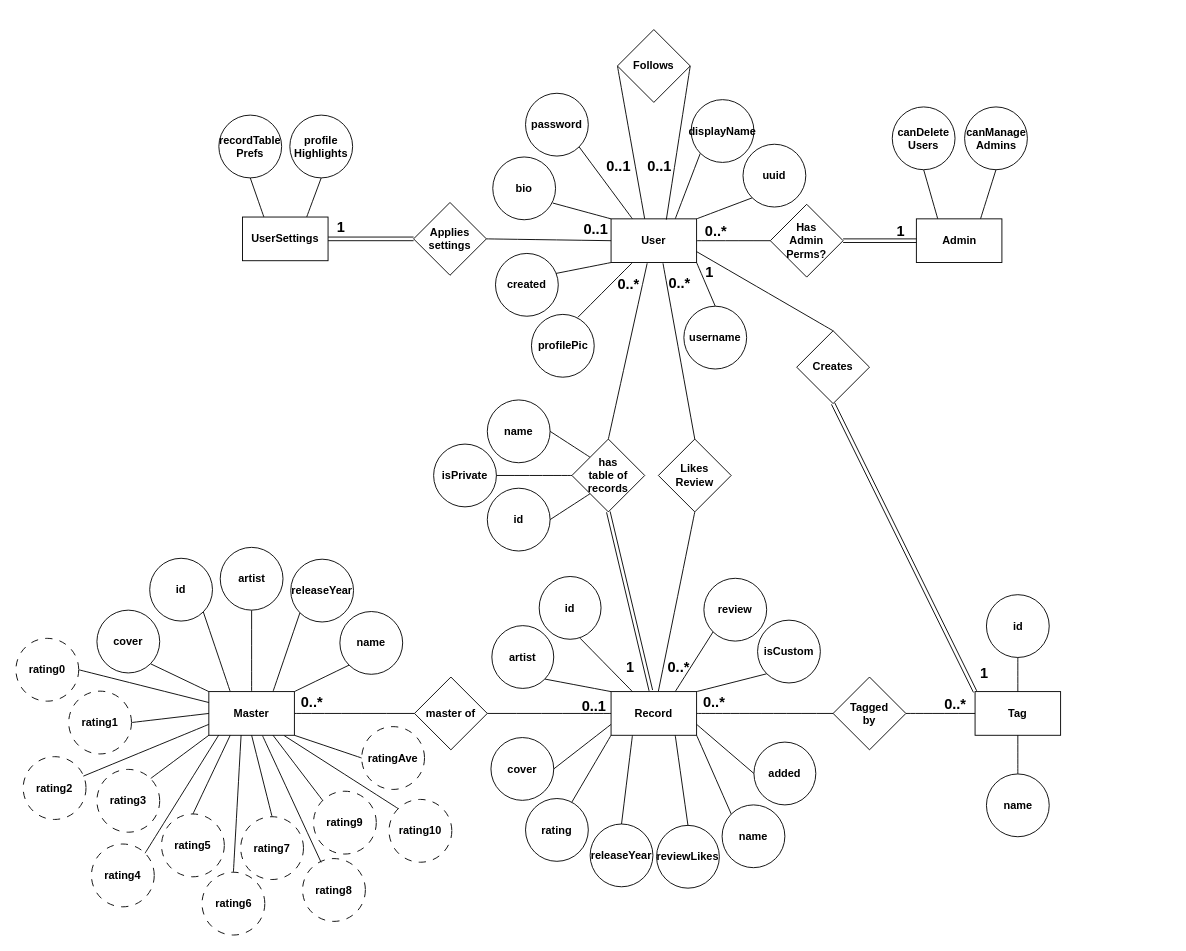
The draw.io diagram other/mrc2.drawio in colinb3/MyRecordCollection2, before the edit. Source tidied: cells renumbered, new cells numbered last; positions are measured from the earlier drawing's top-left corner, leaving out a move shared by most shapes. Both pictures are drawn from the tidied source at 91%, with x=0, y=0 at pixel (15, 29).
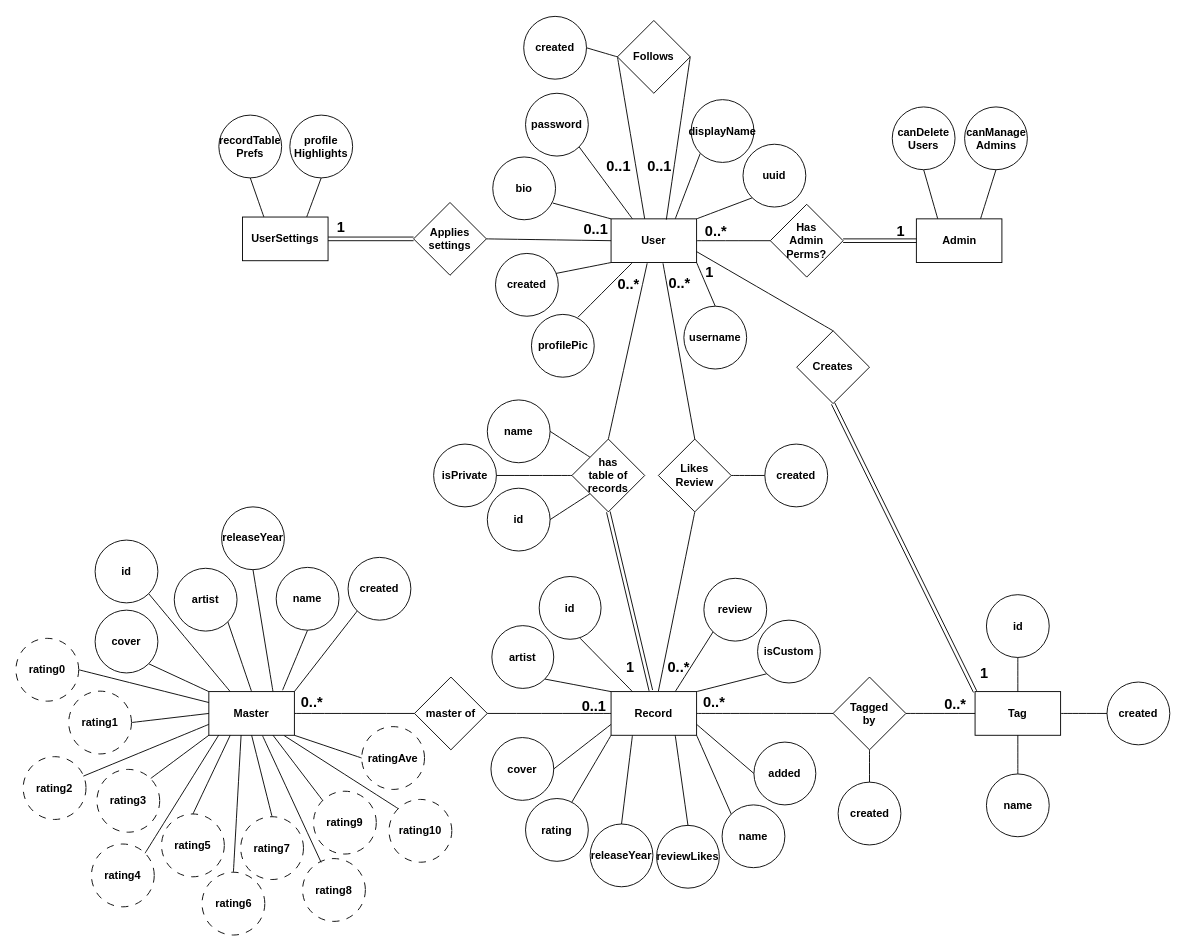
The same page after the edit.

Unchanged cells that the change refers to:
```xml
<mxCell id="25" value="Tag" style="rounded=0;whiteSpace=wrap;html=1;fontStyle=1;" parent="1" vertex="1">
  <mxGeometry x="1054" y="727.5" width="94" height="48" as="geometry" />
</mxCell>
<mxCell id="36" value="Master" style="rounded=0;whiteSpace=wrap;html=1;fontStyle=1;" parent="1" vertex="1">
  <mxGeometry x="212" y="727.5" width="94" height="48" as="geometry" />
</mxCell>
<mxCell id="60" value="Likes&lt;div&gt;Review&lt;/div&gt;" style="rhombus;whiteSpace=wrap;html=1;fontStyle=1;" parent="1" vertex="1">
  <mxGeometry x="706" y="450" width="80" height="80" as="geometry" />
</mxCell>
<mxCell id="66" value="Tagged&lt;div&gt;by&lt;/div&gt;" style="rhombus;whiteSpace=wrap;html=1;fontStyle=1;" parent="1" vertex="1">
  <mxGeometry x="898" y="711.5" width="80" height="80" as="geometry" />
</mxCell>
```

Diff of the diagram source:
```diff
@@
+    <mxCell id="134" style="edgeStyle=none;curved=1;rounded=0;jettySize=auto;html=1;exitX=1;exitY=0.5;exitDx=0;exitDy=0;entryX=0;entryY=0.5;entryDx=0;entryDy=0;fontSize=12;startSize=8;endSize=8;endArrow=none;endFill=0;" parent="1" edge="1" source="25" target="139">
+      <mxGeometry relative="1" as="geometry" />
+    </mxCell>
@@
-    <mxCell id="30" style="edgeStyle=none;curved=1;rounded=0;jettySize=auto;html=1;exitX=0.5;exitY=0;exitDx=0;exitDy=0;entryX=0.5;entryY=1;entryDx=0;entryDy=0;fontSize=12;startSize=8;endSize=8;endArrow=none;startFill=0;fontStyle=1;" parent="1" edge="1" source="36" target="72">
+    <mxCell id="30" style="edgeStyle=none;curved=1;rounded=0;jettySize=auto;html=1;exitX=0.5;exitY=0;exitDx=0;exitDy=0;entryX=1;entryY=1;entryDx=0;entryDy=0;fontSize=12;startSize=8;endSize=8;endArrow=none;startFill=0;fontStyle=1;" parent="1" edge="1" source="36" target="72">
       <mxGeometry relative="1" as="geometry" />
     </mxCell>
-    <mxCell id="31" style="edgeStyle=none;curved=1;rounded=0;jettySize=auto;html=1;exitX=0.75;exitY=0;exitDx=0;exitDy=0;entryX=0;entryY=1;entryDx=0;entryDy=0;fontSize=12;startSize=8;endSize=8;endArrow=none;startFill=0;fontStyle=1;" parent="1" edge="1" source="36" target="75">
+    <mxCell id="31" style="edgeStyle=none;curved=1;rounded=0;jettySize=auto;html=1;exitX=0.75;exitY=0;exitDx=0;exitDy=0;entryX=0.5;entryY=1;entryDx=0;entryDy=0;fontSize=12;startSize=8;endSize=8;endArrow=none;startFill=0;fontStyle=1;" parent="1" edge="1" source="36" target="75">
       <mxGeometry relative="1" as="geometry" />
     </mxCell>
@@
-    <mxCell id="33" style="edgeStyle=none;curved=1;rounded=0;jettySize=auto;html=1;exitX=1;exitY=0;exitDx=0;exitDy=0;entryX=0;entryY=1;entryDx=0;entryDy=0;fontSize=12;startSize=8;endSize=8;endArrow=none;startFill=0;fontStyle=1;" parent="1" edge="1" source="36" target="74">
-      <mxGeometry relative="1" as="geometry" />
+    <mxCell id="33" style="edgeStyle=none;curved=1;rounded=0;jettySize=auto;html=1;entryX=0.5;entryY=1;entryDx=0;entryDy=0;fontSize=12;startSize=8;endSize=8;endArrow=none;startFill=0;fontStyle=1;" parent="1" edge="1" target="74">
+      <mxGeometry relative="1" as="geometry">
+        <mxPoint x="293" y="726" as="sourcePoint" />
+      </mxGeometry>
     </mxCell>
@@
+    <mxCell id="135" style="edgeStyle=none;curved=1;rounded=0;jettySize=auto;html=1;exitX=1;exitY=0.5;exitDx=0;exitDy=0;entryX=0;entryY=0.5;entryDx=0;entryDy=0;fontSize=12;startSize=8;endSize=8;endArrow=none;endFill=0;" parent="1" edge="1" source="60" target="138">
+      <mxGeometry relative="1" as="geometry" />
+    </mxCell>
@@
+    <mxCell id="136" style="edgeStyle=none;curved=1;rounded=0;jettySize=auto;html=1;exitX=0.5;exitY=1;exitDx=0;exitDy=0;entryX=0.5;entryY=0;entryDx=0;entryDy=0;fontSize=12;startSize=8;endSize=8;endArrow=none;endFill=0;" parent="1" edge="1" source="66" target="140">
+      <mxGeometry relative="1" as="geometry" />
+    </mxCell>
@@
+    <mxCell id="137" style="edgeStyle=none;curved=1;rounded=0;jettySize=auto;html=1;exitX=0;exitY=0.5;exitDx=0;exitDy=0;entryX=1;entryY=0.5;entryDx=0;entryDy=0;fontSize=12;startSize=8;endSize=8;endArrow=none;endFill=0;" parent="1" edge="1" source="70" target="141">
+      <mxGeometry relative="1" as="geometry" />
+    </mxCell>
     <mxCell id="70" value="Follows" style="rhombus;whiteSpace=wrap;html=1;fontStyle=1;" parent="1" vertex="1">
-      <mxGeometry x="661" width="80" height="80" as="geometry" />
+      <mxGeometry x="661" y="-10" width="80" height="80" as="geometry" />
     </mxCell>
     <mxCell id="71" value="id" style="ellipse;whiteSpace=wrap;html=1;fontStyle=1;" parent="1" vertex="1">
-      <mxGeometry x="147" y="581" width="69" height="69" as="geometry" />
+      <mxGeometry x="87" y="561" width="69" height="69" as="geometry" />
     </mxCell>
     <mxCell id="72" value="artist" style="ellipse;whiteSpace=wrap;html=1;fontStyle=1;" parent="1" vertex="1">
-      <mxGeometry x="224.5" y="569" width="69" height="69" as="geometry" />
+      <mxGeometry x="174" y="592" width="69" height="69" as="geometry" />
     </mxCell>
     <mxCell id="73" value="cover" style="ellipse;whiteSpace=wrap;html=1;fontStyle=1;" parent="1" vertex="1">
-      <mxGeometry x="89" y="638" width="69" height="69" as="geometry" />
+      <mxGeometry x="87" y="638" width="69" height="69" as="geometry" />
     </mxCell>
     <mxCell id="74" value="name" style="ellipse;whiteSpace=wrap;html=1;fontStyle=1;" parent="1" vertex="1">
-      <mxGeometry x="356" y="639.5" width="69" height="69" as="geometry" />
+      <mxGeometry x="286" y="591" width="69" height="69" as="geometry" />
     </mxCell>
     <mxCell id="75" value="releaseY&lt;span style=&quot;background-color: transparent; color: light-dark(rgb(0, 0, 0), rgb(255, 255, 255));&quot;&gt;ear&lt;/span&gt;" style="ellipse;whiteSpace=wrap;html=1;fontStyle=1;" parent="1" vertex="1">
-      <mxGeometry x="302" y="582" width="69" height="69" as="geometry" />
+      <mxGeometry x="226" y="524.5" width="69" height="69" as="geometry" />
     </mxCell>
@@
+    <mxCell id="138" value="created" style="ellipse;whiteSpace=wrap;html=1;fontStyle=1;" parent="1" vertex="1">
+      <mxGeometry x="823" y="455.5" width="69" height="69" as="geometry" />
+    </mxCell>
+    <mxCell id="139" value="created" style="ellipse;whiteSpace=wrap;html=1;fontStyle=1;" parent="1" vertex="1">
+      <mxGeometry x="1199" y="717" width="69" height="69" as="geometry" />
+    </mxCell>
+    <mxCell id="140" value="created" style="ellipse;whiteSpace=wrap;html=1;fontStyle=1;" parent="1" vertex="1">
+      <mxGeometry x="903.5" y="827" width="69" height="69" as="geometry" />
+    </mxCell>
+    <mxCell id="141" value="created" style="ellipse;whiteSpace=wrap;html=1;fontStyle=1;" parent="1" vertex="1">
+      <mxGeometry x="558" y="-14.5" width="69" height="69" as="geometry" />
+    </mxCell>
+    <mxCell id="142" style="edgeStyle=none;curved=1;rounded=0;jettySize=auto;html=1;exitX=0;exitY=1;exitDx=0;exitDy=0;entryX=1;entryY=0;entryDx=0;entryDy=0;fontSize=12;startSize=8;endSize=8;endArrow=none;endFill=0;" parent="1" edge="1" source="143" target="36">
+      <mxGeometry relative="1" as="geometry" />
+    </mxCell>
+    <mxCell id="143" value="created" style="ellipse;whiteSpace=wrap;html=1;fontStyle=1;" parent="1" vertex="1">
+      <mxGeometry x="365" y="580" width="69" height="69" as="geometry" />
+    </mxCell>
```
